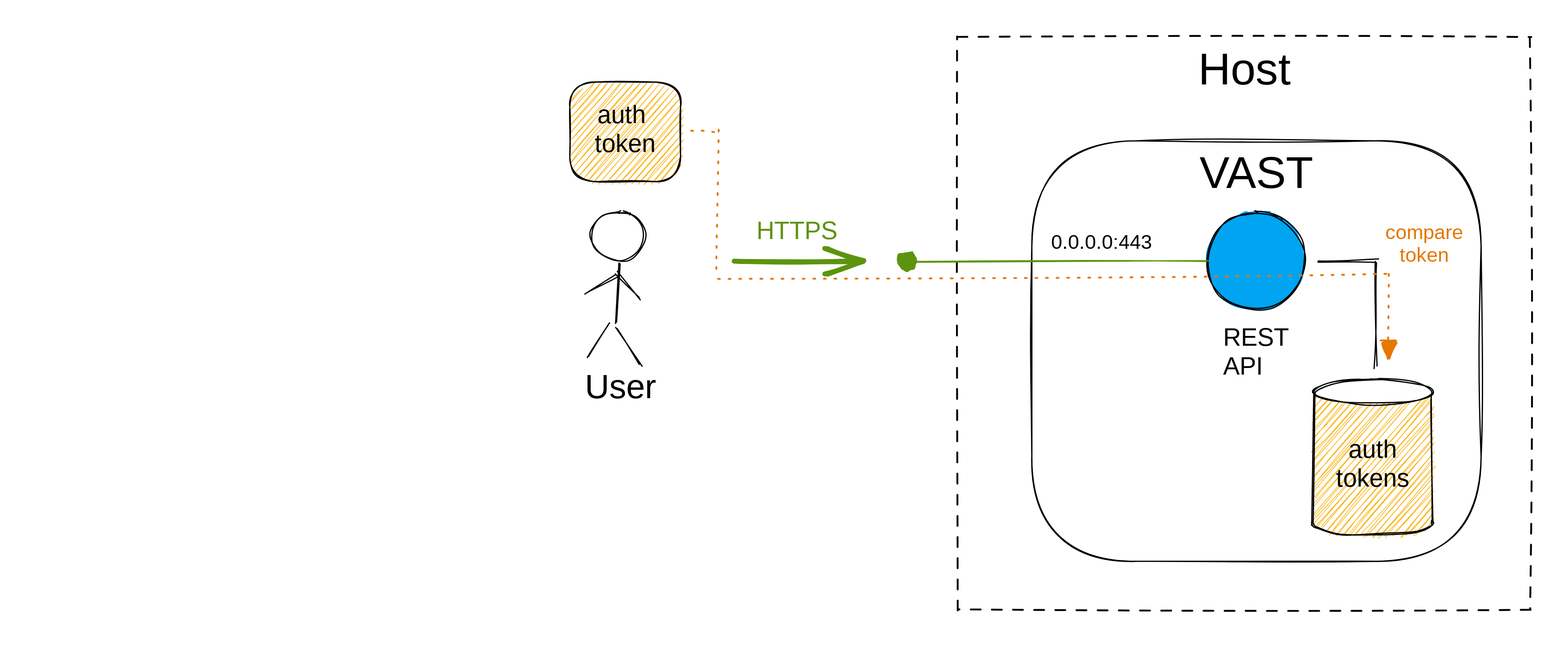
This is web/docs/use/integrate/rest-api/rest-api-mode-server.excalidraw.svg from tenzir/tenzir, a Excalidraw export, as it was before one commit. Source tidied: one line per element, renumbered; positions are measured from the earlier drawing's top-left corner, leaving out a move shared by most shapes. Its diagram source:
```json
{"id": 0, "type": "rectangle", "strokeColor": "transparent", "strokeWidth": 1, "roughness": 1, "x": 0, "y": 0, "width": 1240, "height": 500}
{"id": 1, "type": "rectangle", "strokeColor": "#000000", "strokeWidth": 1, "strokeStyle": "dashed", "roughness": 1, "x": 760, "y": 20, "width": 460, "height": 460}
{"id": 2, "type": "text", "text": "Host", "strokeColor": "#000000", "backgroundColor": "#ced4da", "fillStyle": "solid", "strokeWidth": 1, "strokeStyle": "dotted", "roughness": 1, "fontSize": 36, "fontFamily": 1, "textAlign": "center", "round": true, "inside": 1, "x": 955, "y": 25, "width": 70, "height": 42}
{"id": 3, "type": "rectangle", "strokeColor": "#000000", "backgroundColor": "#fab005", "fillStyle": "hachure", "strokeWidth": 1, "roughness": 1, "round": true, "x": 448, "y": 56, "width": 89, "height": 80}
{"id": 4, "type": "text", "text": "auth \ntoken", "strokeColor": "#000000", "backgroundColor": "#00a4f1", "fillStyle": "hachure", "strokeWidth": 1, "roughness": 1, "fontSize": 20, "fontFamily": 1, "textAlign": "center", "verticalAlign": "middle", "round": true, "inside": 3, "x": 469, "y": 71, "width": 46, "height": 46}
{"id": 5, "type": "rectangle", "strokeColor": "#000000", "strokeWidth": 1, "roughness": 1, "round": true, "x": 819, "y": 103, "width": 361, "height": 338}
{"id": 6, "type": "ellipse", "strokeColor": "#000000", "backgroundColor": "#00a4f1", "fillStyle": "solid", "strokeWidth": 1, "roughness": 1, "x": 960, "y": 160, "width": 79, "height": 79}
{"id": 7, "type": "arrow", "strokeColor": "#5c940d", "backgroundColor": "#00a4f1", "fillStyle": "solid", "strokeWidth": 1, "roughness": 1, "endArrowhead": "dot", "from": 6, "x": 960, "y": 200, "width": 240, "height": 0, "points": [[0, 0], [-240, 0]]}
{"id": 8, "type": "ellipse", "strokeColor": "#000000", "strokeWidth": 1, "roughness": 1, "x": 465, "y": 160, "width": 43, "height": 40}
{"id": 9, "type": "line", "strokeColor": "#000000", "backgroundColor": "#ced4da", "fillStyle": "solid", "strokeWidth": 1, "roughness": 1, "round": true, "x": 487, "y": 202, "width": 2, "height": 48, "points": [[0, 0], [-2, 48]]}
{"id": 10, "type": "line", "strokeColor": "#000000", "backgroundColor": "#ced4da", "fillStyle": "solid", "strokeWidth": 1, "roughness": 1, "round": true, "x": 485, "y": 254, "width": 19, "height": 29, "points": [[0, 0], [19, 29]]}
{"id": 11, "type": "line", "strokeColor": "#000000", "backgroundColor": "#ced4da", "fillStyle": "solid", "strokeWidth": 1, "roughness": 1, "round": true, "x": 480, "y": 250, "width": 16, "height": 27, "points": [[0, 0], [-16, 27]]}
{"id": 12, "type": "line", "strokeColor": "#000000", "backgroundColor": "#ced4da", "fillStyle": "solid", "strokeWidth": 1, "roughness": 1, "round": true, "x": 461, "y": 227, "width": 25, "height": 16, "points": [[0, 0], [25, -16]]}
{"id": 13, "type": "line", "strokeColor": "#000000", "backgroundColor": "#ced4da", "fillStyle": "solid", "strokeWidth": 1, "roughness": 1, "round": true, "x": 486, "y": 209, "width": 18, "height": 21, "points": [[0, 0], [18, 21]]}
{"id": 14, "type": "text", "text": "VAST", "strokeColor": "#000000", "backgroundColor": "#ced4da", "fillStyle": "solid", "strokeWidth": 1, "strokeStyle": "dotted", "roughness": 1, "fontSize": 36, "fontFamily": 1, "textAlign": "center", "round": true, "inside": 5, "x": 954, "y": 108, "width": 91, "height": 42}
{"id": 15, "type": "text", "text": "0.0.0.0:443", "strokeColor": "#000000", "backgroundColor": "#00a4f1", "fillStyle": "solid", "strokeWidth": 1, "roughness": 1, "fontSize": 16, "fontFamily": 1, "round": true, "x": 835, "y": 175, "width": 74, "height": 19}
{"id": 16, "type": "text", "text": "User", "strokeColor": "#000000", "backgroundColor": "#00a4f1", "fillStyle": "solid", "strokeWidth": 1, "roughness": 1, "fontSize": 27.0, "fontFamily": 1, "round": true, "x": 460, "y": 286, "width": 53, "height": 31}
{"id": 17, "type": "arrow", "strokeColor": "#000000", "strokeWidth": 1, "roughness": 1, "from": 6, "to": 19, "x": 1049, "y": 201, "width": 47, "height": 85, "points": [[0, 0], [47, -1], [47, 84]]}
{"id": 18, "type": "line", "strokeColor": "#000000", "backgroundColor": "#fab005", "fillStyle": "hachure", "strokeWidth": 1, "roughness": 1, "round": true, "x": 1046, "y": 306, "width": 96, "height": 124, "points": [[0, 0], [0, 94], [0, 104], [5, 109], [22, 113], [51, 114], [79, 112], [94, 107], [96, 104], [96, 95], [96, 8], [95, 0], [89, -5], [76, -8], [46, -10], [23, -9], [4, -4], [0, 0], [0, 0]]}
{"id": 19, "type": "ellipse", "strokeColor": "#000000", "backgroundColor": "#fff", "fillStyle": "solid", "strokeWidth": 1, "roughness": 1, "x": 1046, "y": 295, "width": 95, "height": 19}
{"id": 20, "type": "text", "text": "auth\ntokens", "strokeColor": "#000000", "backgroundColor": "#ced4da", "fillStyle": "solid", "strokeWidth": 1, "roughness": 1, "fontSize": 20, "fontFamily": 1, "textAlign": "center", "round": true, "x": 1066, "y": 340, "width": 54, "height": 46}
{"id": 21, "type": "arrow", "strokeColor": "#e67700", "backgroundColor": "#82c91e", "fillStyle": "solid", "strokeWidth": 1, "strokeStyle": "dotted", "roughness": 1, "endArrowhead": "triangle", "from": 3, "x": 544, "y": 96, "width": 564, "height": 183, "points": [[0, 0], [23, 0], [23, 118], [564, 114], [563, 183]]}
{"id": 22, "type": "text", "text": "compare\ntoken", "strokeColor": "#e67700", "backgroundColor": "#fab005", "fillStyle": "solid", "strokeWidth": 1, "roughness": 1, "fontSize": 16, "fontFamily": 1, "textAlign": "center", "round": true, "x": 1106, "y": 168, "width": 56, "height": 37}
{"id": 23, "type": "text", "text": "REST\nAPI", "strokeColor": "#000000", "backgroundColor": "#00a4f1", "fillStyle": "solid", "strokeWidth": 1, "roughness": 1, "fontSize": 20, "fontFamily": 1, "round": true, "x": 973, "y": 250, "width": 50, "height": 46}
{"id": 24, "type": "arrow", "strokeColor": "#5c940d", "backgroundColor": "#ced4da", "fillStyle": "solid", "strokeWidth": 4, "roughness": 1, "endArrowhead": "arrow", "from": 25, "x": 582, "y": 200, "width": 100, "height": 0, "points": [[0, 0], [100, 0]]}
{"id": 25, "type": "text", "text": "HTTPS", "strokeColor": "#5c940d", "backgroundColor": "#ced4da", "fillStyle": "solid", "strokeWidth": 1, "strokeStyle": "dotted", "roughness": 1, "fontSize": 20, "fontFamily": 1, "textAlign": "center", "round": true, "x": 599, "y": 164, "width": 63, "height": 23}
```
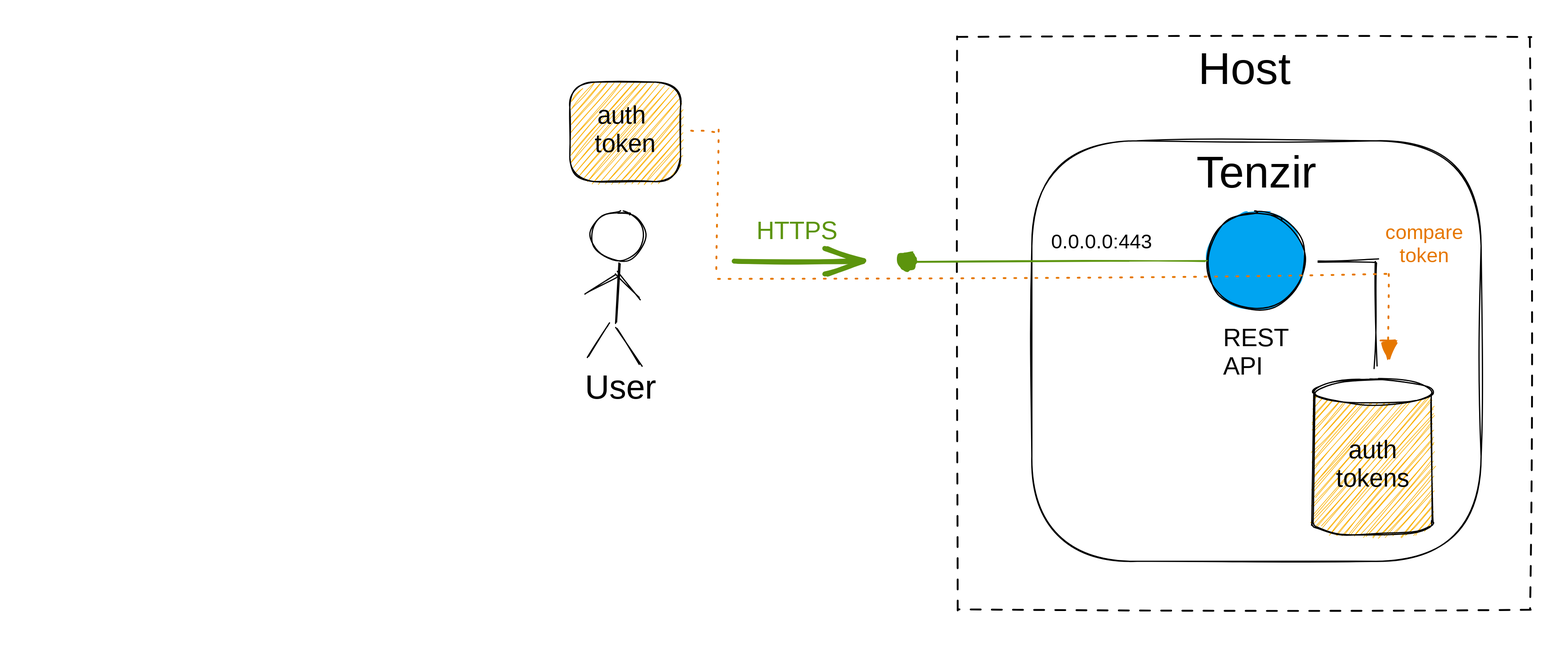
Above is the later version.

The edit, as a diff of the source:
```diff
@@ -5,15 +5,15 @@
 {"id": 4, "type": "text", "text": "auth \ntoken", "strokeColor": "#000000", "backgroundColor": "#00a4f1", "fillStyle": "hachure", "strokeWidth": 1, "roughness": 1, "fontSize": 20, "fontFamily": 1, "textAlign": "center", "verticalAlign": "middle", "round": true, "inside": 3, "x": 469, "y": 71, "width": 46, "height": 46}
 {"id": 5, "type": "rectangle", "strokeColor": "#000000", "strokeWidth": 1, "roughness": 1, "round": true, "x": 819, "y": 103, "width": 361, "height": 338}
 {"id": 6, "type": "ellipse", "strokeColor": "#000000", "backgroundColor": "#00a4f1", "fillStyle": "solid", "strokeWidth": 1, "roughness": 1, "x": 960, "y": 160, "width": 79, "height": 79}
-{"id": 7, "type": "arrow", "strokeColor": "#5c940d", "backgroundColor": "#00a4f1", "fillStyle": "solid", "strokeWidth": 1, "roughness": 1, "endArrowhead": "dot", "from": 6, "x": 960, "y": 200, "width": 240, "height": 0, "points": [[0, 0], [-240, 0]]}
+{"id": 7, "type": "arrow", "strokeColor": "#5c940d", "backgroundColor": "#00a4f1", "fillStyle": "solid", "strokeWidth": 1, "roughness": 1, "endArrowhead": "dot", "from": 6, "x": 959, "y": 200, "width": 239, "height": 0, "points": [[0, 0], [-239, 0]]}
 {"id": 8, "type": "ellipse", "strokeColor": "#000000", "strokeWidth": 1, "roughness": 1, "x": 465, "y": 160, "width": 43, "height": 40}
 {"id": 9, "type": "line", "strokeColor": "#000000", "backgroundColor": "#ced4da", "fillStyle": "solid", "strokeWidth": 1, "roughness": 1, "round": true, "x": 487, "y": 202, "width": 2, "height": 48, "points": [[0, 0], [-2, 48]]}
 {"id": 10, "type": "line", "strokeColor": "#000000", "backgroundColor": "#ced4da", "fillStyle": "solid", "strokeWidth": 1, "roughness": 1, "round": true, "x": 485, "y": 254, "width": 19, "height": 29, "points": [[0, 0], [19, 29]]}
 {"id": 11, "type": "line", "strokeColor": "#000000", "backgroundColor": "#ced4da", "fillStyle": "solid", "strokeWidth": 1, "roughness": 1, "round": true, "x": 480, "y": 250, "width": 16, "height": 27, "points": [[0, 0], [-16, 27]]}
 {"id": 12, "type": "line", "strokeColor": "#000000", "backgroundColor": "#ced4da", "fillStyle": "solid", "strokeWidth": 1, "roughness": 1, "round": true, "x": 461, "y": 227, "width": 25, "height": 16, "points": [[0, 0], [25, -16]]}
 {"id": 13, "type": "line", "strokeColor": "#000000", "backgroundColor": "#ced4da", "fillStyle": "solid", "strokeWidth": 1, "roughness": 1, "round": true, "x": 486, "y": 209, "width": 18, "height": 21, "points": [[0, 0], [18, 21]]}
-{"id": 14, "type": "text", "text": "VAST", "strokeColor": "#000000", "backgroundColor": "#ced4da", "fillStyle": "solid", "strokeWidth": 1, "strokeStyle": "dotted", "roughness": 1, "fontSize": 36, "fontFamily": 1, "textAlign": "center", "round": true, "inside": 5, "x": 954, "y": 108, "width": 91, "height": 42}
+{"id": 14, "type": "text", "text": "Tenzir", "strokeColor": "#000000", "backgroundColor": "#ced4da", "fillStyle": "solid", "strokeWidth": 1, "strokeStyle": "dotted", "roughness": 1, "fontSize": 36, "fontFamily": 1, "textAlign": "center", "round": true, "inside": 5, "x": 945, "y": 108, "width": 109, "height": 42}
-{"id": 15, "type": "text", "text": "0.0.0.0:443", "strokeColor": "#000000", "backgroundColor": "#00a4f1", "fillStyle": "solid", "strokeWidth": 1, "roughness": 1, "fontSize": 16, "fontFamily": 1, "round": true, "x": 835, "y": 175, "width": 74, "height": 19}
+{"id": 15, "type": "text", "text": "0.0.0.0:443", "strokeColor": "#000000", "backgroundColor": "#00a4f1", "fillStyle": "solid", "strokeWidth": 1, "roughness": 1, "fontSize": 16, "fontFamily": 1, "round": true, "x": 835, "y": 175, "width": 92, "height": 19}
 {"id": 16, "type": "text", "text": "User", "strokeColor": "#000000", "backgroundColor": "#00a4f1", "fillStyle": "solid", "strokeWidth": 1, "roughness": 1, "fontSize": 27.0, "fontFamily": 1, "round": true, "x": 460, "y": 286, "width": 53, "height": 31}
 {"id": 17, "type": "arrow", "strokeColor": "#000000", "strokeWidth": 1, "roughness": 1, "from": 6, "to": 19, "x": 1049, "y": 201, "width": 47, "height": 85, "points": [[0, 0], [47, -1], [47, 84]]}
 {"id": 18, "type": "line", "strokeColor": "#000000", "backgroundColor": "#fab005", "fillStyle": "hachure", "strokeWidth": 1, "roughness": 1, "round": true, "x": 1046, "y": 306, "width": 96, "height": 124, "points": [[0, 0], [0, 94], [0, 104], [5, 109], [22, 113], [51, 114], [79, 112], [94, 107], [96, 104], [96, 95], [96, 8], [95, 0], [89, -5], [76, -8], [46, -10], [23, -9], [4, -4], [0, 0], [0, 0]]}
```
